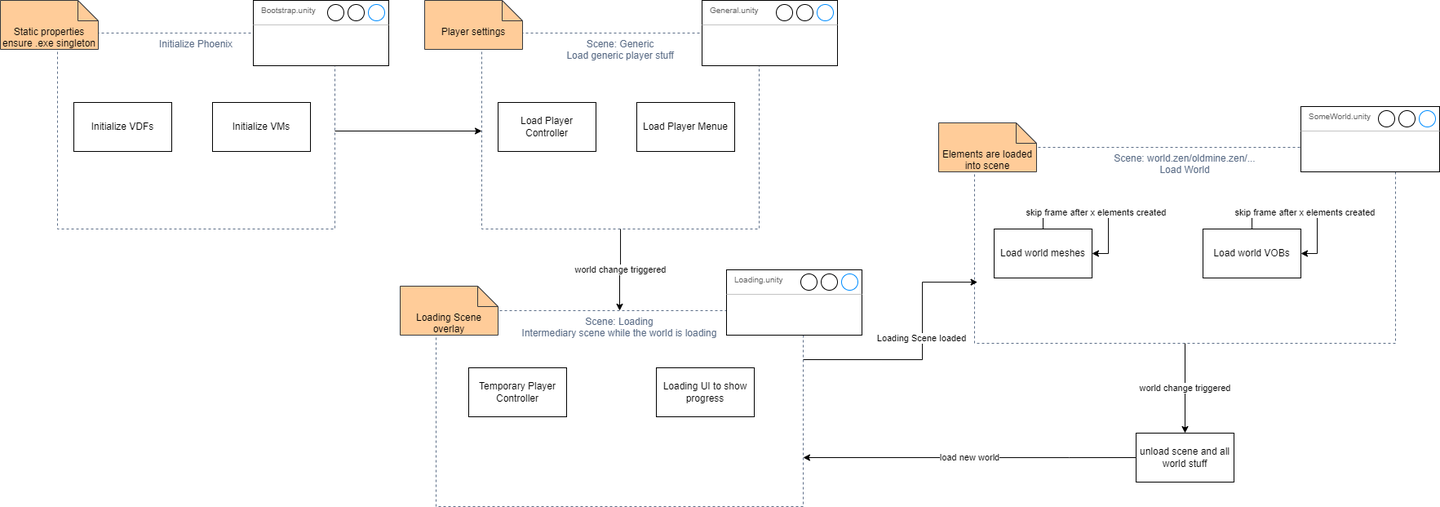
Above: Docs/development/diagrams/SceneLoading.drawio.png in GothicVRProject/GothicVR (draw.io), before the change. Source tidied: cells renumbered, new cells last; positions are measured from the earlier drawing's top-left corner, leaving out a move shared by most shapes.
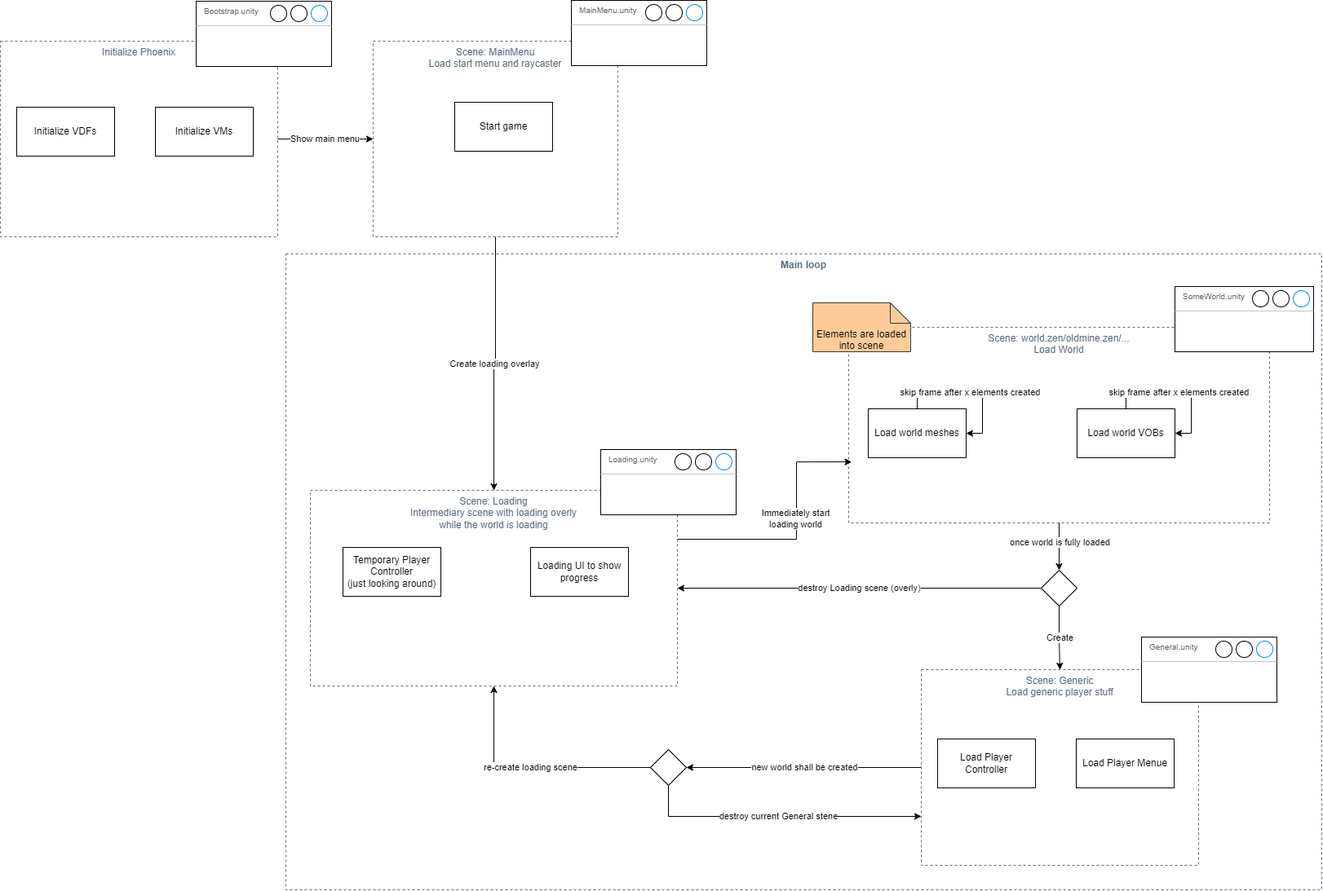
The same file after the commit.

Commit message:
Diagrams changed to light theme (better readability) and Scene loop logic fixed.

What changed in the source:
```diff
@@ -2,96 +2,76 @@
   <root>
     <mxCell id="0" />
     <mxCell id="1" parent="0" />
-    <mxCell id="2" value="world change triggered" style="edgeStyle=orthogonalEdgeStyle;rounded=0;jettySize=auto;html=1;" parent="1" edge="1" source="3" target="11">
-      <mxGeometry relative="1" as="geometry" />
-    </mxCell>
+    <mxCell id="31" value="Create" style="edgeStyle=orthogonalEdgeStyle;rounded=0;jettySize=auto;html=1;exitX=0.5;exitY=1;exitDx=0;exitDy=0;" parent="1" edge="1" source="48" target="5">
+      <mxGeometry relative="1" as="geometry" />
+    </mxCell>
     <mxCell id="3" value="Scene: world.zen/oldmine.zen/...&lt;br&gt;Load World" style="fillColor=none;strokeColor=#5A6C86;dashed=1;verticalAlign=top;fontStyle=0;fontColor=#5A6C86;whiteSpace=wrap;html=1;" parent="1" vertex="1">
-      <mxGeometry x="1194" y="180" width="516" height="240" as="geometry" />
+      <mxGeometry x="50" y="1120" width="516" height="240" as="geometry" />
     </mxCell>
-    <mxCell id="4" value="world change triggered" style="edgeStyle=orthogonalEdgeStyle;rounded=0;jettySize=auto;html=1;entryX=0.5;entryY=0;entryDx=0;entryDy=0;" parent="1" edge="1" source="5" target="21">
-      <mxGeometry relative="1" as="geometry" />
-    </mxCell>
+    <mxCell id="32" value="new world shall be created" style="edgeStyle=orthogonalEdgeStyle;rounded=0;jettySize=auto;html=1;entryX=1;entryY=0.5;entryDx=0;entryDy=0;" parent="1" edge="1" source="5" target="44">
+      <mxGeometry relative="1" as="geometry" />
+    </mxCell>
     <mxCell id="5" value="Scene: Generic&lt;br&gt;Load generic player stuff" style="fillColor=none;strokeColor=#5A6C86;dashed=1;verticalAlign=top;fontStyle=0;fontColor=#5A6C86;whiteSpace=wrap;html=1;" parent="1" vertex="1">
-      <mxGeometry x="590" y="40" width="340" height="240" as="geometry" />
+      <mxGeometry x="139" y="1540" width="340" height="240" as="geometry" />
     </mxCell>
     <mxCell id="6" value="Load world meshes" style="rounded=0;whiteSpace=wrap;html=1;" parent="1" vertex="1">
-      <mxGeometry x="1218" y="280" width="120" height="60" as="geometry" />
+      <mxGeometry x="74" y="1220" width="120" height="60" as="geometry" />
     </mxCell>
     <mxCell id="7" value="Load world VOBs" style="rounded=0;whiteSpace=wrap;html=1;" parent="1" vertex="1">
-      <mxGeometry x="1474" y="280" width="120" height="60" as="geometry" />
+      <mxGeometry x="330" y="1220" width="120" height="60" as="geometry" />
     </mxCell>
     <mxCell id="8" value="Load Player Menue" style="rounded=0;whiteSpace=wrap;html=1;" parent="1" vertex="1">
-      <mxGeometry x="780" y="125" width="120" height="60" as="geometry" />
+      <mxGeometry x="329" y="1625" width="120" height="60" as="geometry" />
     </mxCell>
     <mxCell id="9" value="Load Player Controller" style="rounded=0;whiteSpace=wrap;html=1;" parent="1" vertex="1">
-      <mxGeometry x="610" y="125" width="120" height="60" as="geometry" />
+      <mxGeometry x="159" y="1625" width="120" height="60" as="geometry" />
     </mxCell>
-    <mxCell id="10" value="load new world" style="edgeStyle=orthogonalEdgeStyle;rounded=0;jettySize=auto;html=1;entryX=1;entryY=0.75;entryDx=0;entryDy=0;exitX=0;exitY=0.5;exitDx=0;exitDy=0;" parent="1" edge="1" source="11" target="21">
-      <mxGeometry relative="1" as="geometry">
-        <Array as="points">
-          <mxPoint x="1310" y="560" />
-          <mxPoint x="1310" y="560" />
-        </Array>
-      </mxGeometry>
-    </mxCell>
-    <mxCell id="11" value="unload scene and all world stuff" style="rounded=0;whiteSpace=wrap;html=1;" parent="1" vertex="1">
-      <mxGeometry x="1392" y="530" width="120" height="60" as="geometry" />
-    </mxCell>
-    <mxCell id="12" value="Player settings" style="shape=note2;boundedLbl=1;whiteSpace=wrap;html=1;size=25;verticalAlign=top;align=center;fillColor=#ffcc99;strokeColor=#36393d;" parent="1" vertex="1">
-      <mxGeometry x="520" width="120" height="60" as="geometry" />
-    </mxCell>
     <mxCell id="13" value="Elements are loaded into scene" style="shape=note2;boundedLbl=1;whiteSpace=wrap;html=1;size=25;verticalAlign=top;align=center;fillColor=#ffcc99;strokeColor=#36393d;" parent="1" vertex="1">
-      <mxGeometry x="1150" y="150" width="120" height="60" as="geometry" />
+      <mxGeometry x="6" y="1090" width="120" height="60" as="geometry" />
     </mxCell>
-    <mxCell id="14" style="edgeStyle=orthogonalEdgeStyle;rounded=0;jettySize=auto;html=1;" parent="1" edge="1" source="15" target="5">
-      <mxGeometry relative="1" as="geometry" />
-    </mxCell>
+    <mxCell id="33" value="Show main menu" style="edgeStyle=orthogonalEdgeStyle;rounded=0;jettySize=auto;html=1;entryX=0;entryY=0.5;entryDx=0;entryDy=0;exitX=1;exitY=0.5;exitDx=0;exitDy=0;" parent="1" edge="1" source="15" target="39">
+      <mxGeometry relative="1" as="geometry" />
+    </mxCell>
     <mxCell id="15" value="Initialize Phoenix" style="fillColor=none;strokeColor=#5A6C86;dashed=1;verticalAlign=top;fontStyle=0;fontColor=#5A6C86;whiteSpace=wrap;html=1;" parent="1" vertex="1">
-      <mxGeometry x="70" y="40" width="340" height="240" as="geometry" />
+      <mxGeometry x="-990" y="769" width="340" height="240" as="geometry" />
     </mxCell>
     <mxCell id="16" value="Initialize VMs" style="rounded=0;whiteSpace=wrap;html=1;" parent="1" vertex="1">
-      <mxGeometry x="260" y="125" width="120" height="60" as="geometry" />
+      <mxGeometry x="-800" y="850" width="120" height="60" as="geometry" />
     </mxCell>
     <mxCell id="17" value="Initialize VDFs" style="rounded=0;whiteSpace=wrap;html=1;" parent="1" vertex="1">
-      <mxGeometry x="90" y="125" width="120" height="60" as="geometry" />
+      <mxGeometry x="-970" y="850" width="120" height="60" as="geometry" />
     </mxCell>
-    <mxCell id="18" value="Static properties ensure .exe singleton" style="shape=note2;boundedLbl=1;whiteSpace=wrap;html=1;size=25;verticalAlign=top;align=center;fillColor=#ffcc99;strokeColor=#36393d;" parent="1" vertex="1">
-      <mxGeometry width="120" height="60" as="geometry" />
-    </mxCell>
-    <mxCell id="19" style="edgeStyle=orthogonalEdgeStyle;rounded=0;jettySize=auto;html=1;entryX=0.007;entryY=0.688;entryDx=0;entryDy=0;entryPerimeter=0;exitX=1;exitY=0.25;exitDx=0;exitDy=0;" parent="1" edge="1" source="21" target="3">
-      <mxGeometry relative="1" as="geometry">
-        <Array as="points">
-          <mxPoint x="1130" y="440" />
-          <mxPoint x="1130" y="345" />
-        </Array>
-      </mxGeometry>
-    </mxCell>
-    <mxCell id="20" value="Loading Scene loaded" style="edgeLabel;html=1;align=center;verticalAlign=middle;" parent="19" vertex="1">
-      <mxGeometry x="0.12" y="2" relative="1" as="geometry" />
-    </mxCell>
-    <mxCell id="21" value="Scene: Loading&lt;br&gt;Intermediary scene while the world is loading" style="fillColor=none;strokeColor=#5A6C86;dashed=1;verticalAlign=top;fontStyle=0;fontColor=#5A6C86;whiteSpace=wrap;html=1;" parent="1" vertex="1">
-      <mxGeometry x="534" y="380" width="450" height="240" as="geometry" />
-    </mxCell>
-    <mxCell id="22" value="Loading Scene overlay" style="shape=note2;boundedLbl=1;whiteSpace=wrap;html=1;size=25;verticalAlign=top;align=center;fillColor=#ffcc99;strokeColor=#36393d;" parent="1" vertex="1">
-      <mxGeometry x="490" y="350" width="120" height="60" as="geometry" />
-    </mxCell>
-    <mxCell id="23" value="Temporary Player Controller" style="rounded=0;whiteSpace=wrap;html=1;" parent="1" vertex="1">
-      <mxGeometry x="574" y="450" width="120" height="60" as="geometry" />
-    </mxCell>
+    <mxCell id="34" style="edgeStyle=orthogonalEdgeStyle;rounded=0;jettySize=auto;html=1;entryX=0.007;entryY=0.688;entryDx=0;entryDy=0;entryPerimeter=0;exitX=1;exitY=0.25;exitDx=0;exitDy=0;" parent="1" edge="1" source="36" target="3">
+      <mxGeometry relative="1" as="geometry">
+        <Array as="points">
+          <mxPoint x="-14" y="1380" />
+          <mxPoint x="-14" y="1285" />
+        </Array>
+      </mxGeometry>
+    </mxCell>
+    <mxCell id="35" value="Immediately start&lt;br&gt;loading world" style="edgeLabel;html=1;align=center;verticalAlign=middle;" parent="34" vertex="1">
+      <mxGeometry x="0.12" y="2" relative="1" as="geometry" />
+    </mxCell>
+    <mxCell id="36" value="Scene: Loading&lt;br&gt;Intermediary scene with loading overly&lt;br&gt;while the world is loading" style="fillColor=none;strokeColor=#5A6C86;dashed=1;verticalAlign=top;fontStyle=0;fontColor=#5A6C86;whiteSpace=wrap;html=1;" parent="1" vertex="1">
+      <mxGeometry x="-610" y="1320" width="450" height="240" as="geometry" />
+    </mxCell>
+    <mxCell id="37" value="Temporary Player Controller&lt;br&gt;(just looking around)" style="rounded=0;whiteSpace=wrap;html=1;" parent="1" vertex="1">
+      <mxGeometry x="-570" y="1390" width="120" height="60" as="geometry" />
+    </mxCell>
     <mxCell id="24" value="Loading UI to show progress" style="rounded=0;whiteSpace=wrap;html=1;" parent="1" vertex="1">
-      <mxGeometry x="804" y="450" width="120" height="60" as="geometry" />
+      <mxGeometry x="-340" y="1390" width="120" height="60" as="geometry" />
     </mxCell>
     <mxCell id="25" value="Bootstrap.unity" style="strokeWidth=1;shadow=0;dashed=0;align=center;html=1;shape=mxgraph.mockup.containers.window;align=left;verticalAlign=top;spacingLeft=8;strokeColor2=#008cff;strokeColor3=#c4c4c4;fontColor=#666666;mainText=;fontSize=10;labelBackgroundColor=none;whiteSpace=wrap;" parent="1" vertex="1">
-      <mxGeometry x="310" width="166" height="80" as="geometry" />
+      <mxGeometry x="-750" y="720" width="166" height="80" as="geometry" />
     </mxCell>
     <mxCell id="26" value="General.unity" style="strokeWidth=1;shadow=0;dashed=0;align=center;html=1;shape=mxgraph.mockup.containers.window;align=left;verticalAlign=top;spacingLeft=8;strokeColor2=#008cff;strokeColor3=#c4c4c4;fontColor=#666666;mainText=;fontSize=10;labelBackgroundColor=none;whiteSpace=wrap;" parent="1" vertex="1">
-      <mxGeometry x="860" width="166" height="80" as="geometry" />
+      <mxGeometry x="409" y="1500" width="166" height="80" as="geometry" />
     </mxCell>
     <mxCell id="27" value="Loading.unity" style="strokeWidth=1;shadow=0;dashed=0;align=center;html=1;shape=mxgraph.mockup.containers.window;align=left;verticalAlign=top;spacingLeft=8;strokeColor2=#008cff;strokeColor3=#c4c4c4;fontColor=#666666;mainText=;fontSize=10;labelBackgroundColor=none;whiteSpace=wrap;" parent="1" vertex="1">
-      <mxGeometry x="890" y="330" width="166" height="80" as="geometry" />
+      <mxGeometry x="-254" y="1270" width="166" height="80" as="geometry" />
     </mxCell>
     <mxCell id="28" value="SomeWorld.unity" style="strokeWidth=1;shadow=0;dashed=0;align=center;html=1;shape=mxgraph.mockup.containers.window;align=left;verticalAlign=top;spacingLeft=8;strokeColor2=#008cff;strokeColor3=#c4c4c4;fontColor=#666666;mainText=;fontSize=10;labelBackgroundColor=none;whiteSpace=wrap;" parent="1" vertex="1">
-      <mxGeometry x="1594" y="130" width="170" height="80" as="geometry" />
+      <mxGeometry x="450" y="1070" width="170" height="80" as="geometry" />
     </mxCell>
     <mxCell id="29" value="skip frame after x elements created" style="edgeStyle=orthogonalEdgeStyle;rounded=0;orthogonalLoop=1;jettySize=auto;html=1;exitX=0.5;exitY=0;exitDx=0;exitDy=0;entryX=1;entryY=0.5;entryDx=0;entryDy=0;" parent="1" edge="1" source="6" target="6">
       <mxGeometry relative="1" as="geometry" />
@@ -99,5 +79,47 @@
     <mxCell id="30" value="skip frame after x elements created" style="edgeStyle=orthogonalEdgeStyle;rounded=0;orthogonalLoop=1;jettySize=auto;html=1;entryX=1;entryY=0.5;entryDx=0;entryDy=0;" parent="1" edge="1" source="7" target="7">
       <mxGeometry relative="1" as="geometry" />
     </mxCell>
+    <mxCell id="38" value="Create loading overlay" style="edgeStyle=orthogonalEdgeStyle;rounded=0;jettySize=auto;html=1;" parent="1" edge="1" source="39" target="36">
+      <mxGeometry relative="1" as="geometry" />
+    </mxCell>
+    <mxCell id="39" value="Scene: MainMenu&lt;br&gt;Load start menu and raycaster" style="fillColor=none;strokeColor=#5A6C86;dashed=1;verticalAlign=top;fontStyle=0;fontColor=#5A6C86;whiteSpace=wrap;html=1;" parent="1" vertex="1">
+      <mxGeometry x="-533" y="769" width="300" height="240" as="geometry" />
+    </mxCell>
+    <mxCell id="40" value="Start game" style="rounded=0;whiteSpace=wrap;html=1;" parent="1" vertex="1">
+      <mxGeometry x="-433" y="844" width="120" height="60" as="geometry" />
+    </mxCell>
+    <mxCell id="41" value="MainMenu.unity" style="strokeWidth=1;shadow=0;dashed=0;align=center;html=1;shape=mxgraph.mockup.containers.window;align=left;verticalAlign=top;spacingLeft=8;strokeColor2=#008cff;strokeColor3=#c4c4c4;fontColor=#666666;mainText=;fontSize=10;labelBackgroundColor=none;whiteSpace=wrap;" parent="1" vertex="1">
+      <mxGeometry x="-290" y="719" width="166" height="80" as="geometry" />
+    </mxCell>
+    <mxCell id="42" value="re-create loading scene" style="edgeStyle=orthogonalEdgeStyle;rounded=0;jettySize=auto;html=1;entryX=0.5;entryY=1;entryDx=0;entryDy=0;exitX=0;exitY=0.5;exitDx=0;exitDy=0;" parent="1" edge="1" source="44" target="36">
+      <mxGeometry relative="1" as="geometry" />
+    </mxCell>
+    <mxCell id="43" value="destroy current General stene" style="edgeStyle=orthogonalEdgeStyle;rounded=0;jettySize=auto;html=1;entryX=0;entryY=0.75;entryDx=0;entryDy=0;exitX=0.5;exitY=1;exitDx=0;exitDy=0;" parent="1" edge="1" source="44" target="5">
+      <mxGeometry relative="1" as="geometry">
+        <Array as="points">
+          <mxPoint x="-171" y="1720" />
+        </Array>
+      </mxGeometry>
+    </mxCell>
+    <mxCell id="44" style="rhombus;whiteSpace=wrap;html=1;" parent="1" vertex="1">
+      <mxGeometry x="-193" y="1638" width="44" height="44" as="geometry" />
+    </mxCell>
+    <mxCell id="45" style="edgeStyle=orthogonalEdgeStyle;rounded=0;jettySize=auto;html=1;" parent="1" edge="1" source="3" target="48">
+      <mxGeometry relative="1" as="geometry" />
+    </mxCell>
+    <mxCell id="46" value="once world is fully loaded" style="edgeLabel;html=1;align=center;verticalAlign=middle;" parent="45" vertex="1">
+      <mxGeometry x="-0.5" y="1" relative="1" as="geometry">
+        <mxPoint x="-1" y="8" as="offset" />
+      </mxGeometry>
+    </mxCell>
+    <mxCell id="47" value="destroy Loading scene (overly)" style="edgeStyle=orthogonalEdgeStyle;rounded=0;jettySize=auto;html=1;entryX=1;entryY=0.5;entryDx=0;entryDy=0;" parent="1" edge="1" source="48" target="36">
+      <mxGeometry relative="1" as="geometry" />
+    </mxCell>
+    <mxCell id="48" style="rhombus;whiteSpace=wrap;html=1;" parent="1" vertex="1">
+      <mxGeometry x="286" y="1418" width="44" height="44" as="geometry" />
+    </mxCell>
+    <mxCell id="49" value="Main loop" style="fillColor=none;strokeColor=#5A6C86;dashed=1;verticalAlign=top;fontStyle=1;fontColor=#5A6C86;whiteSpace=wrap;html=1;" parent="1" vertex="1">
+      <mxGeometry x="-640" y="1030" width="1270" height="780" as="geometry" />
+    </mxCell>
   </root>
 </mxGraphModel>
```
